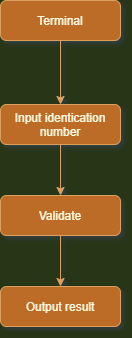
This is 2_Architecture/Architecture_Design.png from praveenct7/Ltts_Mini_Project, a draw.io export, as it was before one commit. Source tidied: cells renumbered, new cells last; positions are measured from the earlier drawing's top-left corner, leaving out a move shared by most shapes.
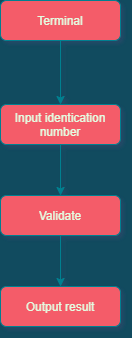
Above is the later version.

Change to the diagram source:
```diff
@@ -1,26 +1,26 @@
-<mxGraphModel background="#283618" shadow="1">
+<mxGraphModel background="#114B5F" shadow="1">
   <root>
     <mxCell id="0" />
     <mxCell id="1" parent="0" />
-    <mxCell id="2" style="edgeStyle=orthogonalEdgeStyle;curved=0;rounded=1;sketch=0;jettySize=auto;html=1;strokeColor=#DDA15E;fillColor=#BC6C25;fontColor=#FEFAE0;" parent="1" edge="1" source="3" target="5">
+    <mxCell id="2" style="edgeStyle=orthogonalEdgeStyle;curved=0;rounded=1;sketch=0;jettySize=auto;html=1;strokeColor=#028090;fillColor=#F45B69;fontColor=#E4FDE1;labelBackgroundColor=#114B5F;" parent="1" edge="1" source="3" target="5">
       <mxGeometry relative="1" as="geometry" />
     </mxCell>
-    <mxCell id="3" value="Terminal" style="rounded=1;whiteSpace=wrap;html=1;fontSize=12;glass=0;strokeWidth=1;shadow=0;fillColor=#BC6C25;strokeColor=#DDA15E;fontColor=#FEFAE0;" parent="1" vertex="1">
+    <mxCell id="3" value="Terminal" style="rounded=1;whiteSpace=wrap;html=1;fontSize=12;glass=0;strokeWidth=1;shadow=0;fillColor=#F45B69;strokeColor=#028090;fontColor=#E4FDE1;" parent="1" vertex="1">
       <mxGeometry width="120" height="40" as="geometry" />
     </mxCell>
-    <mxCell id="4" style="edgeStyle=orthogonalEdgeStyle;curved=0;rounded=1;sketch=0;jettySize=auto;html=1;strokeColor=#DDA15E;fillColor=#BC6C25;fontColor=#FEFAE0;" parent="1" edge="1" source="5" target="8">
+    <mxCell id="4" style="edgeStyle=orthogonalEdgeStyle;curved=0;rounded=1;sketch=0;jettySize=auto;html=1;strokeColor=#028090;fillColor=#F45B69;fontColor=#E4FDE1;labelBackgroundColor=#114B5F;" parent="1" edge="1" source="5" target="8">
       <mxGeometry relative="1" as="geometry" />
     </mxCell>
-    <mxCell id="5" value="Input identication number" style="rounded=1;whiteSpace=wrap;html=1;fontSize=12;glass=0;strokeWidth=1;shadow=0;fillColor=#BC6C25;strokeColor=#DDA15E;fontColor=#FEFAE0;" parent="1" vertex="1">
+    <mxCell id="5" value="Input identication number" style="rounded=1;whiteSpace=wrap;html=1;fontSize=12;glass=0;strokeWidth=1;shadow=0;fillColor=#F45B69;strokeColor=#028090;fontColor=#E4FDE1;" parent="1" vertex="1">
       <mxGeometry y="104" width="120" height="40" as="geometry" />
     </mxCell>
-    <mxCell id="6" value="Output result" style="rounded=1;whiteSpace=wrap;html=1;fontSize=12;glass=0;strokeWidth=1;shadow=0;fillColor=#BC6C25;strokeColor=#DDA15E;fontColor=#FEFAE0;" parent="1" vertex="1">
+    <mxCell id="6" value="Output result" style="rounded=1;whiteSpace=wrap;html=1;fontSize=12;glass=0;strokeWidth=1;shadow=0;fillColor=#F45B69;strokeColor=#028090;fontColor=#E4FDE1;" parent="1" vertex="1">
       <mxGeometry y="286" width="120" height="40" as="geometry" />
     </mxCell>
-    <mxCell id="7" style="edgeStyle=orthogonalEdgeStyle;curved=0;rounded=1;sketch=0;jettySize=auto;html=1;strokeColor=#DDA15E;fillColor=#BC6C25;fontColor=#FEFAE0;" parent="1" edge="1" source="8" target="6">
+    <mxCell id="7" style="edgeStyle=orthogonalEdgeStyle;curved=0;rounded=1;sketch=0;jettySize=auto;html=1;strokeColor=#028090;fillColor=#F45B69;fontColor=#E4FDE1;labelBackgroundColor=#114B5F;" parent="1" edge="1" source="8" target="6">
       <mxGeometry relative="1" as="geometry" />
     </mxCell>
-    <mxCell id="8" value="Validate" style="rounded=1;whiteSpace=wrap;html=1;fontSize=12;glass=0;strokeWidth=1;shadow=0;fillColor=#BC6C25;strokeColor=#DDA15E;fontColor=#FEFAE0;" parent="1" vertex="1">
+    <mxCell id="8" value="Validate" style="rounded=1;whiteSpace=wrap;html=1;fontSize=12;glass=0;strokeWidth=1;shadow=0;fillColor=#F45B69;strokeColor=#028090;fontColor=#E4FDE1;" parent="1" vertex="1">
       <mxGeometry y="195" width="120" height="40" as="geometry" />
     </mxCell>
   </root>
```
